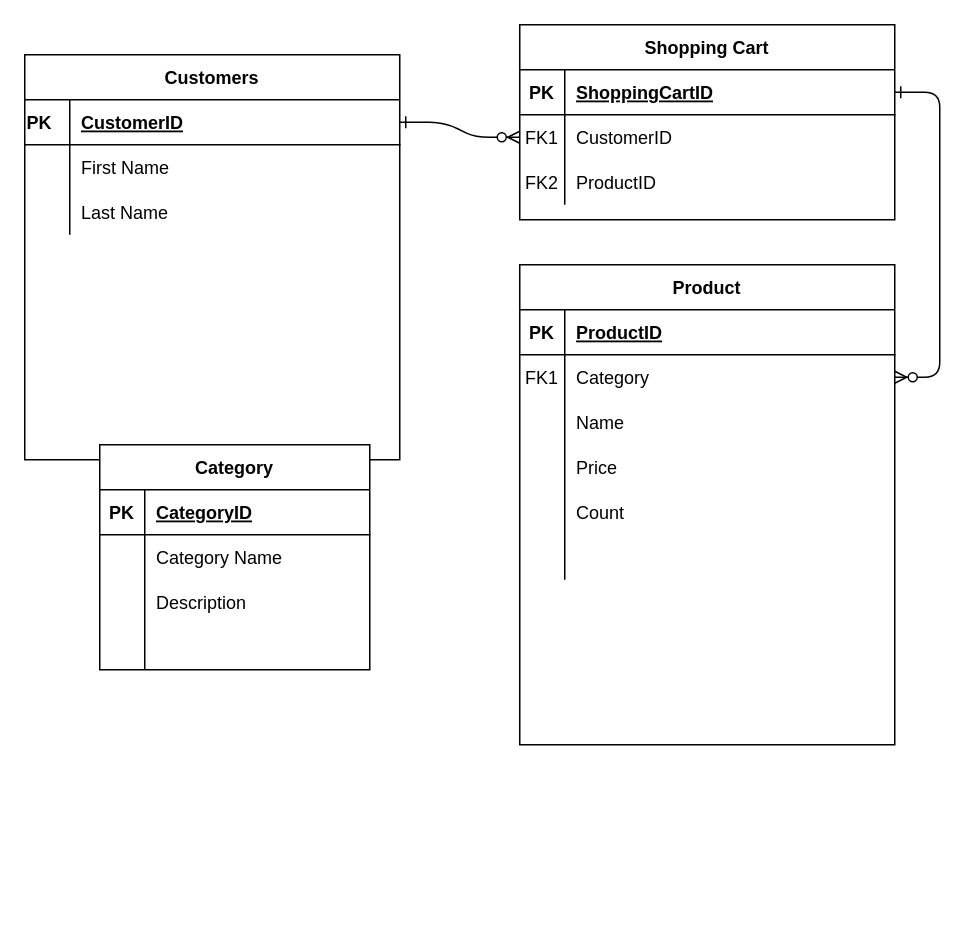
Above: Untitled Diagram.drawio in NotNanetteKaye/EntityDiagram (draw.io), before the change. Source tidied: cells renumbered, new cells numbered last; positions are measured from the earlier drawing's top-left corner, leaving out a move shared by most shapes. Both pictures are drawn from the tidied source at 150%, with x=0, y=0 at pixel (24, 24).
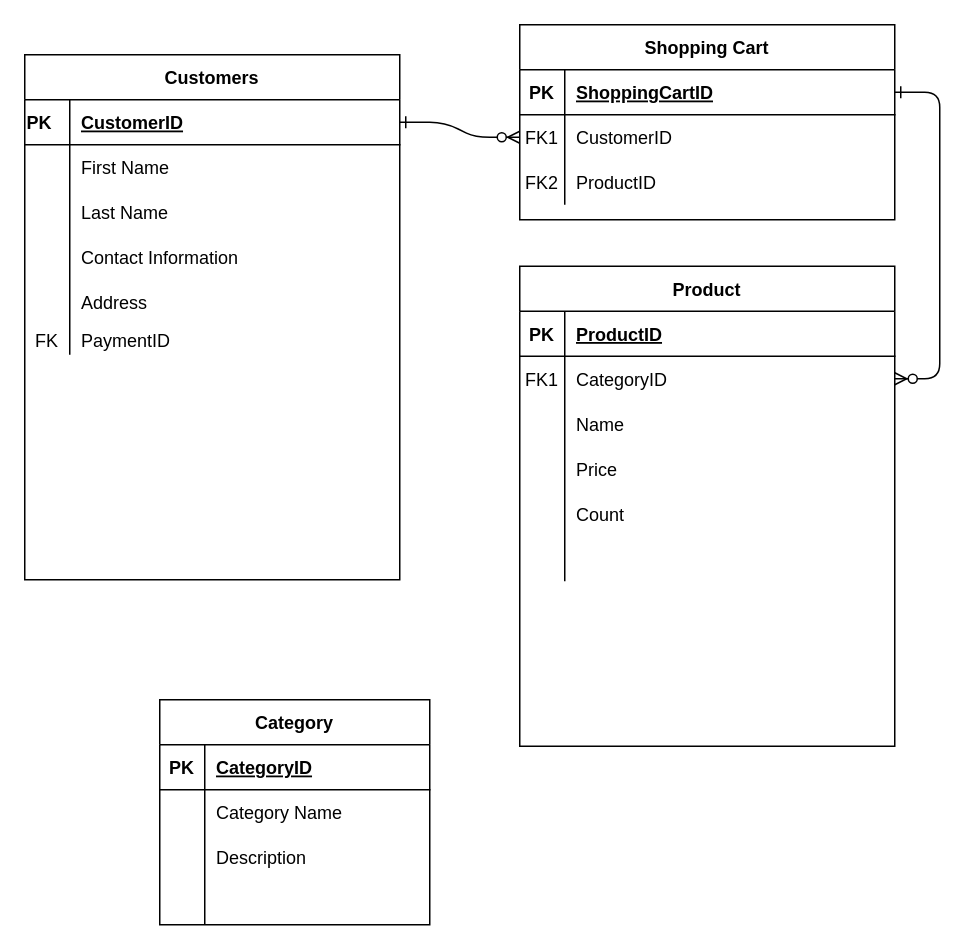
Above is the later version.

Commit message:
edited Customer Table to add an FK

Unchanged cells that the change refers to:
```xml
<mxCell id="18" style="shape=partialRectangle;fillColor=none;points=[[0,0.5],[1,0.5]];portConstraint=eastwest;top=0;left=0;right=0;bottom=0;" parent="14" vertex="1">
  <mxGeometry y="60" width="250" height="30" as="geometry" />
</mxCell>
```

Change to the diagram source:
```diff
@@
     <mxCell id="14" value="Product" style="shape=table;startSize=30;childLayout=tableLayout;rowLines=0;fontStyle=1;align=center;" parent="1" vertex="1">
-      <mxGeometry x="330" y="160" width="250" height="320" as="geometry" />
+      <mxGeometry x="330" y="161" width="250" height="320" as="geometry" />
     </mxCell>
@@
-    <mxCell id="20" value="Category" style="shape=partialRectangle;overflow=hidden;fillColor=none;top=0;left=0;bottom=0;right=0;align=left;spacingLeft=6;" parent="18" vertex="1">
+    <mxCell id="20" value="CategoryID" style="shape=partialRectangle;overflow=hidden;fillColor=none;top=0;left=0;bottom=0;right=0;align=left;spacingLeft=6;" parent="18" vertex="1">
       <mxGeometry x="30" width="220" height="30" as="geometry" />
     </mxCell>
@@
     <mxCell id="33" value="Customers" style="shape=table;startSize=30;childLayout=tableLayout;rowLines=0;fontStyle=1;align=center;" parent="1" vertex="1">
-      <mxGeometry y="20" width="250" height="270" as="geometry" />
+      <mxGeometry y="20" width="250" height="350" as="geometry" />
     </mxCell>
@@
+    <mxCell id="58" style="shape=partialRectangle;fillColor=none;top=0;left=0;right=0;bottom=0;" parent="33" vertex="1">
+      <mxGeometry y="120" width="250" height="30" as="geometry" />
+    </mxCell>
+    <mxCell id="59" style="shape=partialRectangle;overflow=hidden;fillColor=none;top=0;left=0;bottom=0;right=0;" parent="58" vertex="1">
+      <mxGeometry width="30" height="30" as="geometry" />
+    </mxCell>
+    <mxCell id="60" value="Contact Information" style="shape=partialRectangle;overflow=hidden;fillColor=none;top=0;left=0;bottom=0;right=0;align=left;spacingLeft=6;" parent="58" vertex="1">
+      <mxGeometry x="30" width="220" height="30" as="geometry" />
+    </mxCell>
+    <mxCell id="61" style="shape=partialRectangle;fillColor=none;top=0;left=0;right=0;bottom=0;" parent="33" vertex="1">
+      <mxGeometry y="150" width="250" height="30" as="geometry" />
+    </mxCell>
+    <mxCell id="62" style="shape=partialRectangle;overflow=hidden;fillColor=none;top=0;left=0;bottom=0;right=0;" parent="61" vertex="1">
+      <mxGeometry width="30" height="30" as="geometry" />
+    </mxCell>
+    <mxCell id="63" value="Address" style="shape=partialRectangle;overflow=hidden;fillColor=none;top=0;left=0;bottom=0;right=0;align=left;spacingLeft=6;" parent="61" vertex="1">
+      <mxGeometry x="30" width="220" height="30" as="geometry" />
+    </mxCell>
+    <mxCell id="64" style="shape=partialRectangle;fillColor=none;top=0;left=0;right=0;bottom=0;" parent="33" vertex="1">
+      <mxGeometry y="180" width="250" height="20" as="geometry" />
+    </mxCell>
+    <mxCell id="65" value="FK" style="shape=partialRectangle;overflow=hidden;fillColor=none;top=0;left=0;bottom=0;right=0;" parent="64" vertex="1">
+      <mxGeometry width="30" height="20" as="geometry" />
+    </mxCell>
+    <mxCell id="66" value="PaymentID" style="shape=partialRectangle;overflow=hidden;fillColor=none;top=0;left=0;bottom=0;right=0;align=left;spacingLeft=6;" parent="64" vertex="1">
+      <mxGeometry x="30" width="220" height="20" as="geometry" />
+    </mxCell>
     <mxCell id="43" value="Category" style="shape=table;startSize=30;childLayout=tableLayout;rowLines=0;fontStyle=1;align=center;" parent="1" vertex="1">
-      <mxGeometry x="50" y="280" width="180" height="150" as="geometry" />
+      <mxGeometry x="90" y="450" width="180" height="150" as="geometry" />
     </mxCell>
```
